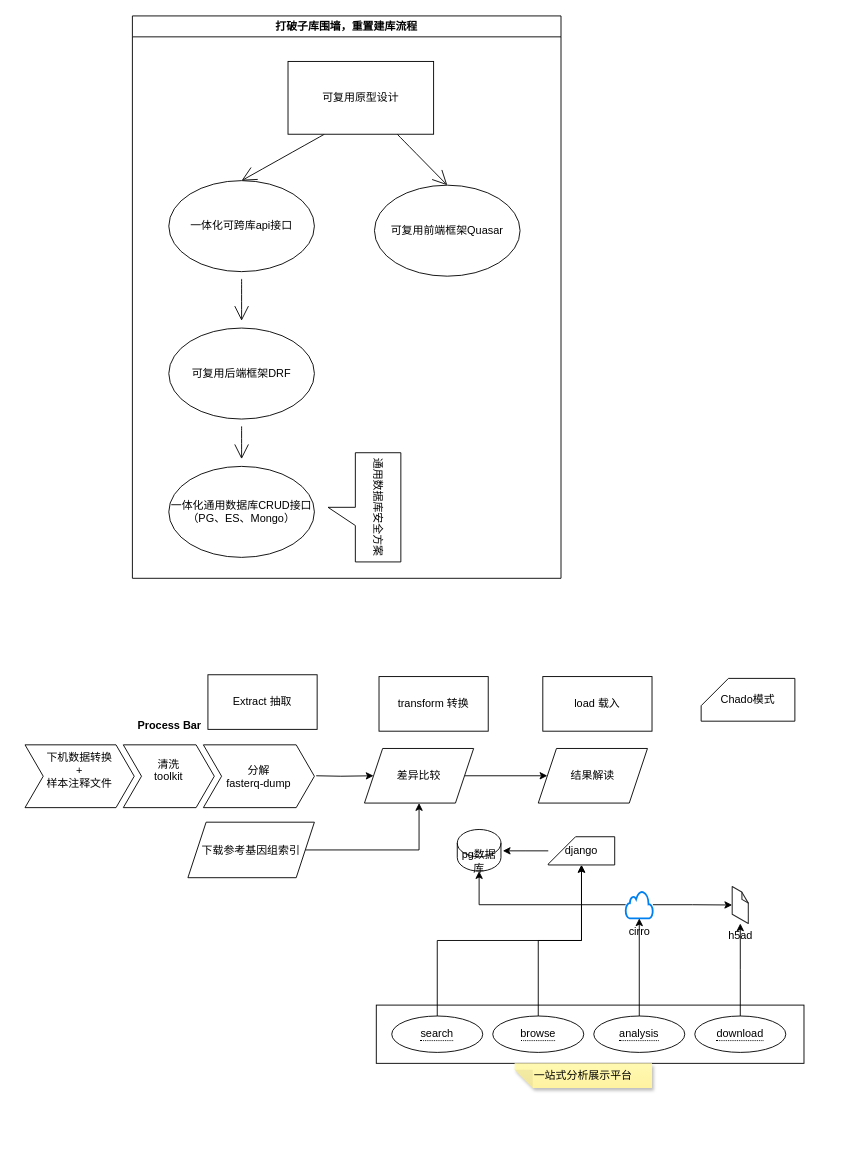
Before: page "Page-2" (2 of 2) of Untitled Diagram.drawio in horizon365/LiveWithPython, a draw.io diagram. Source tidied: cells renumbered, new cells numbered last; positions are measured from the earlier drawing's top-left corner, leaving out a move shared by most shapes. Both pictures are drawn from the tidied source at 91%, with x=0, y=0 at pixel (15, 15).
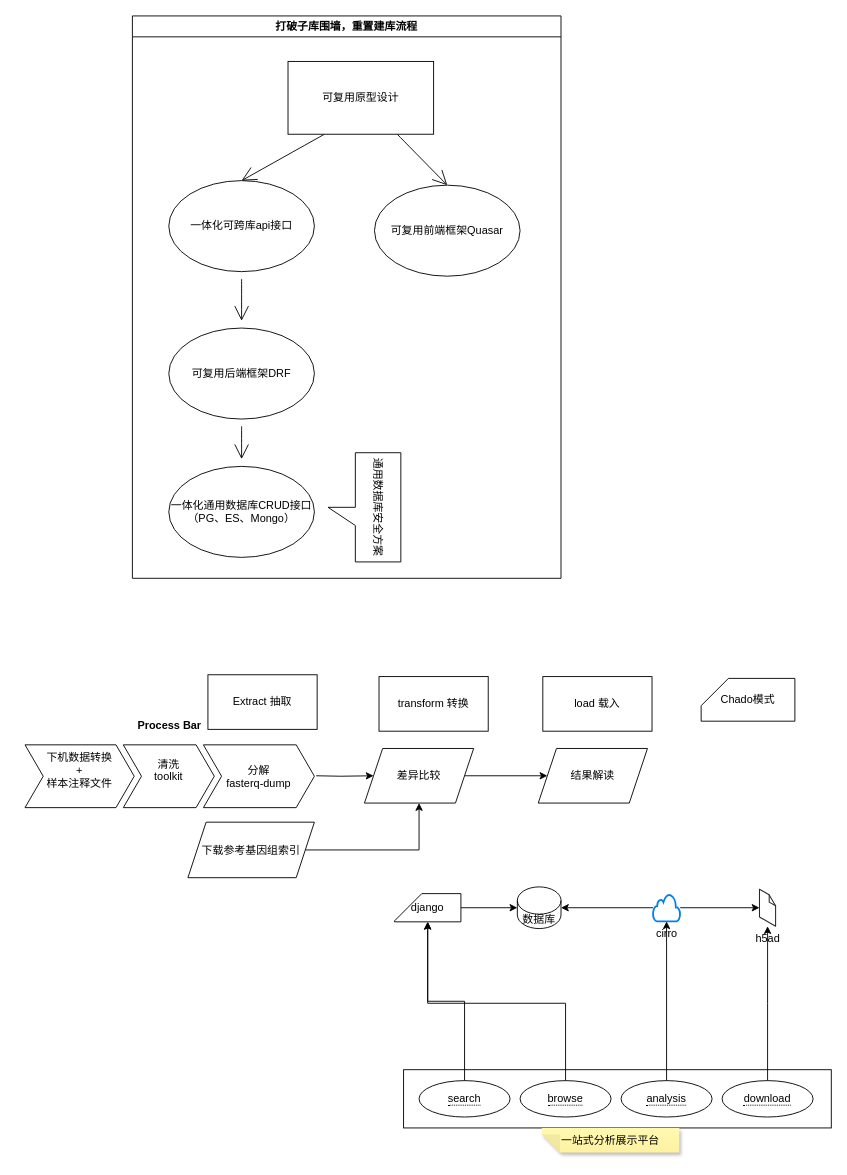
After the change.

Commit message:
一体化模块化数据库.drawio

Unchanged cells that the change refers to:
```xml
<mxCell id="22" value="&lt;span style=&quot;border-bottom: 1px dotted&quot;&gt;browse&lt;br&gt;&lt;/span&gt;" style="ellipse;whiteSpace=wrap;html=1;align=center;fontSize=12;" parent="19" vertex="1">
  <mxGeometry x="128" y="12" width="100" height="40" as="geometry" />
</mxCell>
```

The edit, as a diff of the source:
```diff
@@
-    <mxCell id="11" value="pg数据库" style="shape=cylinder3;whiteSpace=wrap;html=1;boundedLbl=1;backgroundOutline=1;size=15;fontSize=12;" parent="1" vertex="1">
-      <mxGeometry x="485" y="894" width="48" height="45.8" as="geometry" />
+    <mxCell id="11" value="数据库" style="shape=cylinder3;whiteSpace=wrap;html=1;boundedLbl=1;backgroundOutline=1;size=15;fontSize=12;" parent="1" vertex="1">
+      <mxGeometry x="551" y="957.1" width="48" height="45.8" as="geometry" />
     </mxCell>
@@
-    <mxCell id="13" style="edgeStyle=orthogonalEdgeStyle;rounded=0;jettySize=auto;html=1;" parent="1" edge="1" source="14">
-      <mxGeometry relative="1" as="geometry">
-        <mxPoint x="535" y="917.5" as="targetPoint" />
-      </mxGeometry>
-    </mxCell>
+    <mxCell id="46" style="edgeStyle=orthogonalEdgeStyle;rounded=0;jettySize=auto;html=1;" parent="1" edge="1" source="14" target="11">
+      <mxGeometry relative="1" as="geometry" />
+    </mxCell>
     <mxCell id="14" value="django" style="shape=card;whiteSpace=wrap;html=1;fontSize=12;" parent="1" vertex="1">
-      <mxGeometry x="585" y="902" width="73" height="31" as="geometry" />
+      <mxGeometry x="416" y="964.5" width="73" height="31" as="geometry" />
     </mxCell>
@@
     <mxCell id="19" style="group;" parent="1" vertex="1">
-      <mxGeometry x="396" y="1087" width="470" height="64" as="geometry" />
+      <mxGeometry x="426" y="1158" width="470" height="64" as="geometry" />
     </mxCell>
@@
     <mxCell id="25" value="一站式分析展示平台" style="shape=note;whiteSpace=wrap;html=1;backgroundOutline=1;fontColor=#000000;darkOpacity=0.05;fillColor=#FFF9B2;strokeColor=none;fillStyle=solid;direction=west;gradientDirection=north;gradientColor=#FFF2A1;shadow=1;size=20;hachureGap=4;" parent="1" vertex="1">
-      <mxGeometry x="548" y="1151" width="151" height="27" as="geometry" />
+      <mxGeometry x="578" y="1222" width="151" height="27" as="geometry" />
     </mxCell>
     <mxCell id="26" value="h5ad" style="verticalLabelPosition=bottom;html=1;verticalAlign=top;strokeWidth=1;align=center;outlineConnect=0;dashed=0;outlineConnect=0;shape=mxgraph.aws3d.file;strokeColor=#292929;" parent="1" vertex="1">
-      <mxGeometry x="787.1" y="956.7" width="17.7" height="40.6" as="geometry" />
+      <mxGeometry x="817.1" y="959.7" width="17.7" height="40.6" as="geometry" />
     </mxCell>
+    <mxCell id="28" style="edgeStyle=orthogonalEdgeStyle;rounded=0;jettySize=auto;html=1;" parent="1" edge="1" source="29" target="26">
+      <mxGeometry relative="1" as="geometry" />
+    </mxCell>
-    <mxCell id="27" style="edgeStyle=orthogonalEdgeStyle;rounded=0;jettySize=auto;html=1;entryX=0.5;entryY=1;entryDx=0;entryDy=0;entryPerimeter=0;" parent="1" edge="1" source="29" target="11">
+    <mxCell id="27" style="edgeStyle=orthogonalEdgeStyle;rounded=0;jettySize=auto;html=1;" parent="1" edge="1" source="29" target="11">
       <mxGeometry relative="1" as="geometry" />
     </mxCell>
-    <mxCell id="28" style="edgeStyle=orthogonalEdgeStyle;rounded=0;jettySize=auto;html=1;" parent="1" edge="1" source="29" target="26">
-      <mxGeometry relative="1" as="geometry" />
-    </mxCell>
     <mxCell id="29" value="&lt;div&gt;cirro&lt;/div&gt;" style="html=1;verticalLabelPosition=bottom;align=center;labelBackgroundColor=#ffffff;verticalAlign=top;strokeWidth=2;strokeColor=#0080F0;shadow=0;dashed=0;shape=mxgraph.ios7.icons.cloud;" parent="1" vertex="1">
-      <mxGeometry x="670" y="961.7" width="30" height="30" as="geometry" />
+      <mxGeometry x="700" y="965" width="30" height="30" as="geometry" />
     </mxCell>
@@
     <mxCell id="33" style="edgeStyle=orthogonalEdgeStyle;rounded=0;jettySize=auto;html=1;entryX=0.5;entryY=1;entryDx=0;entryDy=0;entryPerimeter=0;" parent="1" edge="1" source="22" target="14">
-      <mxGeometry relative="1" as="geometry" />
+      <mxGeometry relative="1" as="geometry">
+        <Array as="points">
+          <mxPoint x="604" y="1085" />
+          <mxPoint x="453" y="1085" />
+        </Array>
+      </mxGeometry>
     </mxCell>
```
